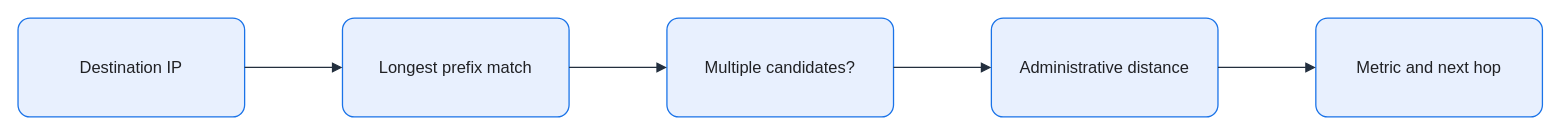
Before: assets/img/network/route-selection-order.drawio in KKamJi98/kkamji98.github.io, a draw.io diagram. Source tidied: cells renumbered, new cells numbered last; positions are measured from the earlier drawing's top-left corner, leaving out a move shared by most shapes. Both pictures are drawn from the tidied source at 103%, with x=0, y=0 at pixel (18, 18).
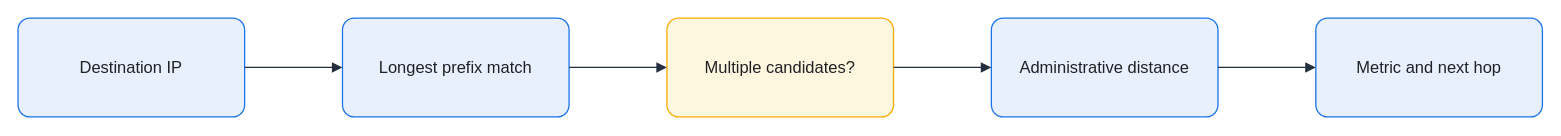
The same page after the edit.

Change to the diagram source:
```diff
@@
 <mxGraphModel background="#FFFFFF">
   <root>
     <mxCell id="0" />
     <mxCell id="1" parent="0" />
     <mxCell id="2" value="Destination IP" style="rounded=1;arcSize=12;whiteSpace=wrap;html=0;fillColor=#E8F0FE;strokeColor=#1A73E8;strokeWidth=1.25;fontColor=#202124;fontSize=16;align=center;verticalAlign=middle;spacing=8;shadow=0;" parent="1" vertex="1">
       <mxGeometry width="220" height="96" as="geometry" />
     </mxCell>
     <mxCell id="3" value="Longest prefix match" style="rounded=1;arcSize=12;whiteSpace=wrap;html=0;fillColor=#E8F0FE;strokeColor=#1A73E8;strokeWidth=1.25;fontColor=#202124;fontSize=16;align=center;verticalAlign=middle;spacing=8;shadow=0;" parent="1" vertex="1">
       <mxGeometry x="315" width="220" height="96" as="geometry" />
     </mxCell>
-    <mxCell id="4" value="Multiple candidates?" style="rounded=1;arcSize=12;whiteSpace=wrap;html=0;fillColor=#E8F0FE;strokeColor=#1A73E8;strokeWidth=1.25;fontColor=#202124;fontSize=16;align=center;verticalAlign=middle;spacing=8;shadow=0;" parent="1" vertex="1">
+    <mxCell id="4" value="Multiple candidates?" style="rounded=1;arcSize=12;whiteSpace=wrap;html=0;fillColor=#FEF7E0;strokeColor=#F9AB00;strokeWidth=1.25;fontColor=#202124;fontSize=16;align=center;verticalAlign=middle;spacing=8;shadow=0;" parent="1" vertex="1">
       <mxGeometry x="630" width="220" height="96" as="geometry" />
     </mxCell>
     <mxCell id="5" value="Administrative distance" style="rounded=1;arcSize=12;whiteSpace=wrap;html=0;fillColor=#E8F0FE;strokeColor=#1A73E8;strokeWidth=1.25;fontColor=#202124;fontSize=16;align=center;verticalAlign=middle;spacing=8;shadow=0;" parent="1" vertex="1">
       <mxGeometry x="945" width="220" height="96" as="geometry" />
     </mxCell>
     <mxCell id="6" value="Metric and next hop" style="rounded=1;arcSize=12;whiteSpace=wrap;html=0;fillColor=#E8F0FE;strokeColor=#1A73E8;strokeWidth=1.25;fontColor=#202124;fontSize=16;align=center;verticalAlign=middle;spacing=8;shadow=0;" parent="1" vertex="1">
       <mxGeometry x="1260" width="220" height="96" as="geometry" />
     </mxCell>
     <mxCell id="7" style="edgeStyle=orthogonalEdgeStyle;rounded=0;jettySize=auto;html=0;endArrow=block;endFill=1;strokeColor=#232F3E;strokeWidth=1.25;fontColor=#202124;labelBackgroundColor=none;exitX=1;exitY=0.5;exitDx=0;exitDy=0;entryX=0;entryY=0.5;entryDx=0;entryDy=0;endSize=7;" parent="1" edge="1" source="2" target="3">
       <mxGeometry relative="1" as="geometry" />
     </mxCell>
     <mxCell id="8" style="edgeStyle=orthogonalEdgeStyle;rounded=0;jettySize=auto;html=0;endArrow=block;endFill=1;strokeColor=#232F3E;strokeWidth=1.25;fontColor=#202124;labelBackgroundColor=none;exitX=1;exitY=0.5;exitDx=0;exitDy=0;entryX=0;entryY=0.5;entryDx=0;entryDy=0;endSize=7;" parent="1" edge="1" source="3" target="4">
       <mxGeometry relative="1" as="geometry" />
     </mxCell>
     <mxCell id="9" style="edgeStyle=orthogonalEdgeStyle;rounded=0;jettySize=auto;html=0;endArrow=block;endFill=1;strokeColor=#232F3E;strokeWidth=1.25;fontColor=#202124;labelBackgroundColor=none;exitX=1;exitY=0.5;exitDx=0;exitDy=0;entryX=0;entryY=0.5;entryDx=0;entryDy=0;endSize=7;" parent="1" edge="1" source="4" target="5">
       <mxGeometry relative="1" as="geometry" />
     </mxCell>
     <mxCell id="10" style="edgeStyle=orthogonalEdgeStyle;rounded=0;jettySize=auto;html=0;endArrow=block;endFill=1;strokeColor=#232F3E;strokeWidth=1.25;fontColor=#202124;labelBackgroundColor=none;exitX=1;exitY=0.5;exitDx=0;exitDy=0;entryX=0;entryY=0.5;entryDx=0;entryDy=0;endSize=7;" parent="1" edge="1" source="5" target="6">
       <mxGeometry relative="1" as="geometry" />
     </mxCell>
   </root>
 </mxGraphModel>
```
